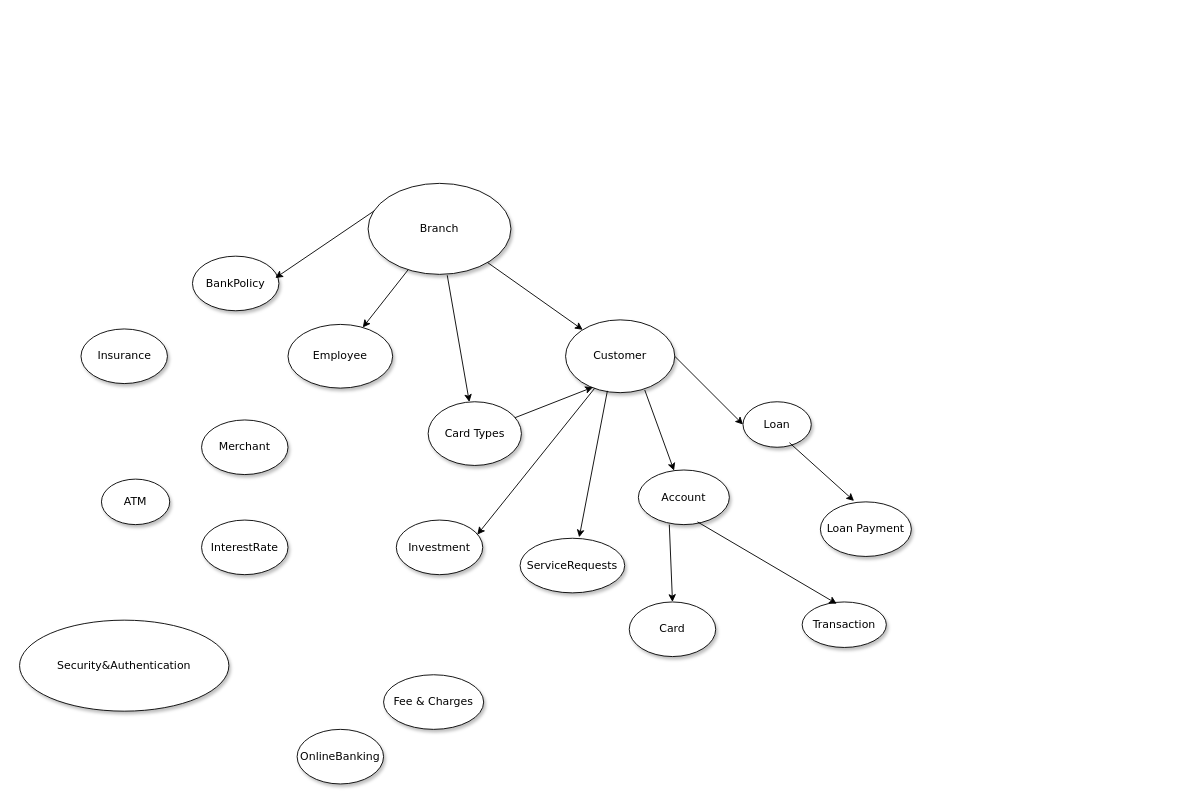
Earlier version of the draw.io diagram ConceptualERD.drawio (Battl3Junk1e/Bank-Database-Case). Source tidied: cells renumbered, new cells numbered last; positions are measured from the earlier drawing's top-left corner, leaving out a move shared by most shapes. Both pictures are drawn from the tidied source at 91%, with x=0, y=0 at pixel (19, 183).
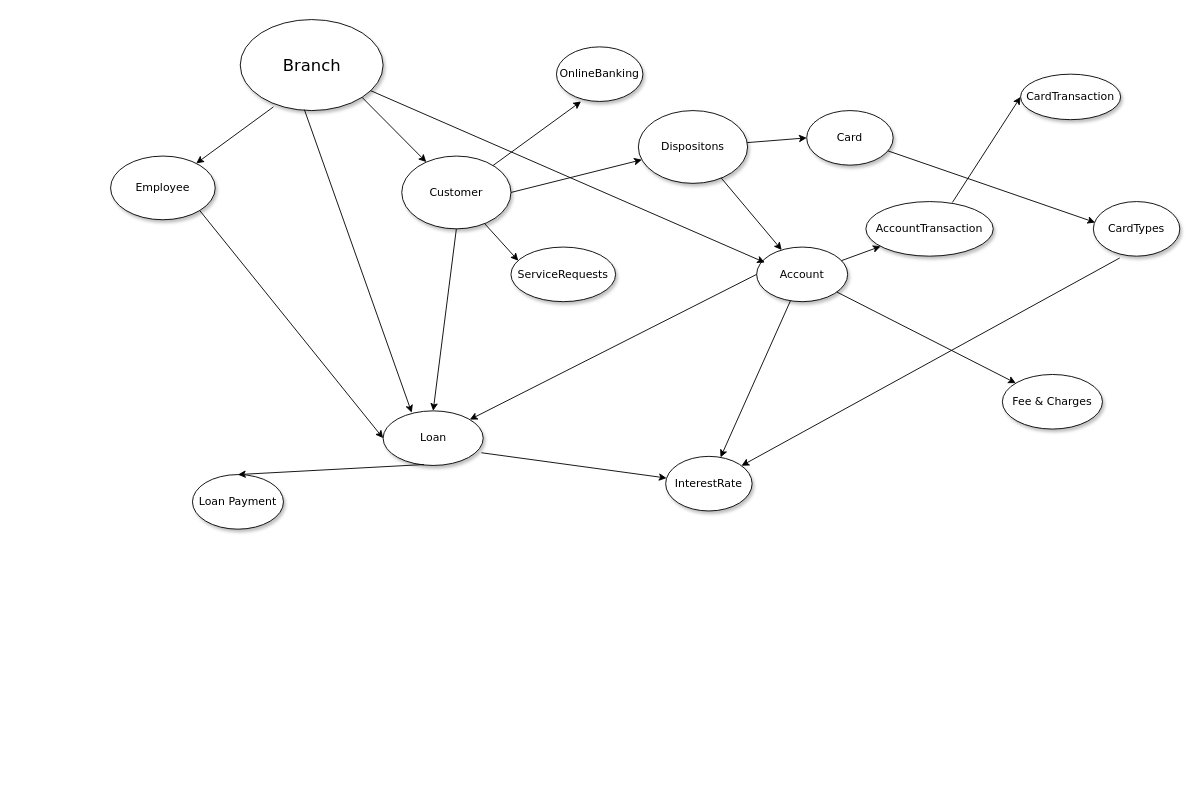
Above is the later version.

Change to the diagram source:
```diff
@@
     <mxCell id="2" value="Customer" style="ellipse;whiteSpace=wrap;html=1;rounded=0;shadow=1;comic=0;labelBackgroundColor=none;strokeWidth=1;fontFamily=Verdana;fontSize=12;align=center;" parent="1" vertex="1">
-      <mxGeometry x="600" y="150" width="120" height="80" as="geometry" />
+      <mxGeometry x="420" y="-30" width="120" height="80" as="geometry" />
     </mxCell>
-    <mxCell id="3" value="&lt;span&gt;Transaction&lt;/span&gt;" style="ellipse;whiteSpace=wrap;html=1;rounded=0;shadow=1;comic=0;labelBackgroundColor=none;strokeWidth=1;fontFamily=Verdana;fontSize=12;align=center;" parent="1" vertex="1">
-      <mxGeometry x="860" y="460" width="92.5" height="50" as="geometry" />
+    <mxCell id="3" value="&lt;span&gt;AccountTransaction&lt;/span&gt;" style="ellipse;whiteSpace=wrap;html=1;rounded=0;shadow=1;comic=0;labelBackgroundColor=none;strokeWidth=1;fontFamily=Verdana;fontSize=12;align=center;" parent="1" vertex="1">
+      <mxGeometry x="930" y="20" width="140" height="60" as="geometry" />
     </mxCell>
     <mxCell id="4" value="Loan" style="ellipse;whiteSpace=wrap;html=1;rounded=0;shadow=1;comic=0;labelBackgroundColor=none;strokeWidth=1;fontFamily=Verdana;fontSize=12;align=center;" parent="1" vertex="1">
-      <mxGeometry x="795" y="240" width="75" height="50" as="geometry" />
+      <mxGeometry x="399.5" y="250" width="110" height="60" as="geometry" />
     </mxCell>
     <mxCell id="5" value="Loan Payment" style="ellipse;whiteSpace=wrap;html=1;rounded=0;shadow=1;comic=0;labelBackgroundColor=none;strokeWidth=1;fontFamily=Verdana;fontSize=12;align=center;" parent="1" vertex="1">
-      <mxGeometry x="880" y="350" width="100" height="60" as="geometry" />
+      <mxGeometry x="190" y="320" width="100" height="60" as="geometry" />
     </mxCell>
-    <mxCell id="6" value="ATM" style="ellipse;whiteSpace=wrap;html=1;rounded=0;shadow=1;comic=0;labelBackgroundColor=none;strokeWidth=1;fontFamily=Verdana;fontSize=12;align=center;" parent="1" vertex="1">
-      <mxGeometry x="90" y="325" width="75" height="50" as="geometry" />
-    </mxCell>
     <mxCell id="7" value="Employee" style="ellipse;whiteSpace=wrap;html=1;rounded=0;shadow=1;comic=0;labelBackgroundColor=none;strokeWidth=1;fontFamily=Verdana;fontSize=12;align=center;" parent="1" vertex="1">
-      <mxGeometry x="295" y="155" width="115" height="70" as="geometry" />
+      <mxGeometry x="100" y="-30" width="115" height="70" as="geometry" />
     </mxCell>
-    <mxCell id="8" value="Branch" style="ellipse;whiteSpace=wrap;html=1;rounded=0;shadow=1;comic=0;labelBackgroundColor=none;strokeWidth=1;fontFamily=Verdana;fontSize=12;align=center;" parent="1" vertex="1">
-      <mxGeometry x="383" width="157" height="100" as="geometry" />
+    <mxCell id="8" value="&lt;font style=&quot;font-size: 18px;&quot;&gt;Branch&lt;/font&gt;" style="ellipse;whiteSpace=wrap;html=1;rounded=0;shadow=1;comic=0;labelBackgroundColor=none;strokeWidth=1;fontFamily=Verdana;fontSize=12;align=center;" parent="1" vertex="1">
+      <mxGeometry x="242.5" y="-180" width="157" height="100" as="geometry" />
     </mxCell>
-    <mxCell id="9" value="Card Types" style="ellipse;whiteSpace=wrap;html=1;rounded=0;shadow=1;comic=0;labelBackgroundColor=none;strokeWidth=1;fontFamily=Verdana;fontSize=12;align=center;" parent="1" vertex="1">
-      <mxGeometry x="449" y="240" width="102.5" height="70" as="geometry" />
-    </mxCell>
     <mxCell id="10" value="Account" style="ellipse;whiteSpace=wrap;html=1;rounded=0;shadow=1;comic=0;labelBackgroundColor=none;strokeWidth=1;fontFamily=Verdana;fontSize=12;align=center;" parent="1" vertex="1">
-      <mxGeometry x="680" y="315" width="100" height="60" as="geometry" />
+      <mxGeometry x="810" y="70" width="100" height="60" as="geometry" />
     </mxCell>
     <mxCell id="11" value="ServiceRequests" style="ellipse;whiteSpace=wrap;html=1;rounded=0;shadow=1;comic=0;labelBackgroundColor=none;strokeWidth=1;fontFamily=Verdana;fontSize=12;align=center;" parent="1" vertex="1">
-      <mxGeometry x="550" y="390" width="115" height="60" as="geometry" />
+      <mxGeometry x="540" y="70" width="115" height="60" as="geometry" />
     </mxCell>
     <mxCell id="12" value="OnlineBanking" style="ellipse;whiteSpace=wrap;html=1;rounded=0;shadow=1;comic=0;labelBackgroundColor=none;strokeWidth=1;fontFamily=Verdana;fontSize=12;align=center;" parent="1" vertex="1">
-      <mxGeometry x="305" y="600" width="95" height="60" as="geometry" />
+      <mxGeometry x="590" y="-150" width="95" height="60" as="geometry" />
     </mxCell>
     <mxCell id="13" value="Card" style="ellipse;whiteSpace=wrap;html=1;rounded=0;shadow=1;comic=0;labelBackgroundColor=none;strokeWidth=1;fontFamily=Verdana;fontSize=12;align=center;" parent="1" vertex="1">
-      <mxGeometry x="670" y="460" width="95" height="60" as="geometry" />
+      <mxGeometry x="865" y="-80" width="95" height="60" as="geometry" />
     </mxCell>
     <mxCell id="14" value="InterestRate" style="ellipse;whiteSpace=wrap;html=1;rounded=0;shadow=1;comic=0;labelBackgroundColor=none;strokeWidth=1;fontFamily=Verdana;fontSize=12;align=center;" parent="1" vertex="1">
-      <mxGeometry x="200" y="370" width="95" height="60" as="geometry" />
+      <mxGeometry x="710" y="300" width="95" height="60" as="geometry" />
     </mxCell>
-    <mxCell id="15" value="BankPolicy" style="ellipse;whiteSpace=wrap;html=1;rounded=0;shadow=1;comic=0;labelBackgroundColor=none;strokeWidth=1;fontFamily=Verdana;fontSize=12;align=center;" parent="1" vertex="1">
-      <mxGeometry x="190" y="80" width="95" height="60" as="geometry" />
-    </mxCell>
-    <mxCell id="16" value="Security&amp;amp;Authentication" style="ellipse;whiteSpace=wrap;html=1;rounded=0;shadow=1;comic=0;labelBackgroundColor=none;strokeWidth=1;fontFamily=Verdana;fontSize=12;align=center;" parent="1" vertex="1">
-      <mxGeometry y="480" width="230" height="100" as="geometry" />
-    </mxCell>
-    <mxCell id="17" value="Insurance" style="ellipse;whiteSpace=wrap;html=1;rounded=0;shadow=1;comic=0;labelBackgroundColor=none;strokeWidth=1;fontFamily=Verdana;fontSize=12;align=center;" parent="1" vertex="1">
-      <mxGeometry x="67.5" y="160" width="95" height="60" as="geometry" />
-    </mxCell>
-    <mxCell id="18" value="Investment" style="ellipse;whiteSpace=wrap;html=1;rounded=0;shadow=1;comic=0;labelBackgroundColor=none;strokeWidth=1;fontFamily=Verdana;fontSize=12;align=center;" parent="1" vertex="1">
-      <mxGeometry x="414" y="370" width="95" height="60" as="geometry" />
-    </mxCell>
-    <mxCell id="19" value="Merchant" style="ellipse;whiteSpace=wrap;html=1;rounded=0;shadow=1;comic=0;labelBackgroundColor=none;strokeWidth=1;fontFamily=Verdana;fontSize=12;align=center;" parent="1" vertex="1">
-      <mxGeometry x="200" y="260" width="95" height="60" as="geometry" />
-    </mxCell>
     <mxCell id="20" value="Fee &amp;amp; Charges" style="ellipse;whiteSpace=wrap;html=1;rounded=0;shadow=1;comic=0;labelBackgroundColor=none;strokeWidth=1;fontFamily=Verdana;fontSize=12;align=center;" parent="1" vertex="1">
-      <mxGeometry x="400" y="540" width="110" height="60" as="geometry" />
+      <mxGeometry x="1080" y="210" width="110" height="60" as="geometry" />
     </mxCell>
+    <mxCell id="33" value="Dispositons" style="ellipse;whiteSpace=wrap;html=1;rounded=0;shadow=1;comic=0;labelBackgroundColor=none;strokeWidth=1;fontFamily=Verdana;fontSize=12;align=center;" parent="1" vertex="1">
+      <mxGeometry x="680" y="-80" width="120" height="80" as="geometry" />
+    </mxCell>
+    <mxCell id="34" style="endArrow=classic;html=1;rounded=0;entryX=0.284;entryY=1;entryDx=0;entryDy=0;entryPerimeter=0;" parent="1" edge="1" source="2" target="12">
+      <mxGeometry relative="1" as="geometry" />
+    </mxCell>
+    <mxCell id="29" style="endArrow=classic;html=1;rounded=0;entryX=0.07;entryY=0.25;entryDx=0;entryDy=0;entryPerimeter=0;" parent="1" edge="1" source="2" target="11">
+      <mxGeometry relative="1" as="geometry" />
+    </mxCell>
+    <mxCell id="27" style="endArrow=classic;html=1;rounded=0;exitX=0.5;exitY=1;exitDx=0;exitDy=0;entryX=0.5;entryY=0;entryDx=0;entryDy=0;" parent="1" edge="1" source="2" target="4">
+      <mxGeometry relative="1" as="geometry" />
+    </mxCell>
+    <mxCell id="35" style="endArrow=classic;html=1;rounded=0;exitX=1;exitY=0.5;exitDx=0;exitDy=0;" parent="1" edge="1" source="2" target="33">
+      <mxGeometry relative="1" as="geometry" />
+    </mxCell>
-    <mxCell id="21" style="endArrow=classic;html=1;rounded=0;" parent="1" edge="1" source="8" target="2">
+    <mxCell id="21" style="endArrow=classic;html=1;rounded=0;exitX=1;exitY=1;exitDx=0;exitDy=0;" parent="1" edge="1" source="8" target="2">
       <mxGeometry relative="1" as="geometry" />
     </mxCell>
-    <mxCell id="22" style="endArrow=classic;html=1;rounded=0;exitX=0.28;exitY=0.95;exitDx=0;exitDy=0;exitPerimeter=0;" parent="1" edge="1" source="8" target="7">
+    <mxCell id="22" style="endArrow=classic;html=1;rounded=0;exitX=0.232;exitY=0.96;exitDx=0;exitDy=0;exitPerimeter=0;" parent="1" edge="1" source="8" target="7">
       <mxGeometry relative="1" as="geometry" />
     </mxCell>
-    <mxCell id="23" style="endArrow=classic;html=1;rounded=0;exitX=0.554;exitY=1.01;exitDx=0;exitDy=0;exitPerimeter=0;" parent="1" edge="1" source="8" target="9">
-      <mxGeometry relative="1" as="geometry" />
-    </mxCell>
-    <mxCell id="24" style="endArrow=classic;html=1;rounded=0;entryX=0.25;entryY=0.925;entryDx=0;entryDy=0;entryPerimeter=0;" parent="1" edge="1" source="9" target="2">
-      <mxGeometry relative="1" as="geometry" />
-    </mxCell>
-    <mxCell id="25" style="endArrow=classic;html=1;rounded=0;exitX=0.725;exitY=0.963;exitDx=0;exitDy=0;exitPerimeter=0;" parent="1" edge="1" source="2" target="10">
-      <mxGeometry relative="1" as="geometry" />
-    </mxCell>
+    <mxCell id="36" style="endArrow=classic;html=1;rounded=0;exitX=1;exitY=1;exitDx=0;exitDy=0;entryX=0;entryY=0.5;entryDx=0;entryDy=0;" parent="1" edge="1" source="7" target="4">
+      <mxGeometry relative="1" as="geometry" />
+    </mxCell>
+    <mxCell id="37" style="endArrow=classic;html=1;rounded=0;exitX=0.982;exitY=0.767;exitDx=0;exitDy=0;exitPerimeter=0;" parent="1" edge="1" source="4" target="14">
+      <mxGeometry relative="1" as="geometry" />
+    </mxCell>
+    <mxCell id="28" style="endArrow=classic;html=1;rounded=0;exitX=0.409;exitY=0.983;exitDx=0;exitDy=0;exitPerimeter=0;entryX=0.5;entryY=0;entryDx=0;entryDy=0;" parent="1" edge="1" source="4" target="5">
+      <mxGeometry relative="1" as="geometry" />
+    </mxCell>
+    <mxCell id="38" style="endArrow=classic;html=1;rounded=0;entryX=0;entryY=0.5;entryDx=0;entryDy=0;" parent="1" edge="1" source="33" target="13">
+      <mxGeometry relative="1" as="geometry" />
+    </mxCell>
+    <mxCell id="39" style="endArrow=classic;html=1;rounded=0;exitX=0.758;exitY=0.925;exitDx=0;exitDy=0;exitPerimeter=0;" parent="1" edge="1" source="33" target="10">
+      <mxGeometry relative="1" as="geometry" />
+    </mxCell>
-    <mxCell id="26" style="endArrow=classic;html=1;rounded=0;exitX=0.65;exitY=0.95;exitDx=0;exitDy=0;exitPerimeter=0;entryX=0.411;entryY=0.04;entryDx=0;entryDy=0;entryPerimeter=0;" parent="1" edge="1" source="10" target="3">
+    <mxCell id="26" style="endArrow=classic;html=1;rounded=0;" parent="1" edge="1" source="10" target="3">
       <mxGeometry relative="1" as="geometry" />
     </mxCell>
-    <mxCell id="27" style="endArrow=classic;html=1;rounded=0;exitX=1;exitY=0.5;exitDx=0;exitDy=0;entryX=0;entryY=0.5;entryDx=0;entryDy=0;" parent="1" edge="1" source="2" target="4">
-      <mxGeometry relative="1" as="geometry" />
-    </mxCell>
-    <mxCell id="28" style="endArrow=classic;html=1;rounded=0;exitX=0.68;exitY=0.9;exitDx=0;exitDy=0;exitPerimeter=0;entryX=0.37;entryY=-0.017;entryDx=0;entryDy=0;entryPerimeter=0;" parent="1" edge="1" source="4" target="5">
-      <mxGeometry relative="1" as="geometry" />
-    </mxCell>
-    <mxCell id="29" style="endArrow=classic;html=1;rounded=0;exitX=0.383;exitY=0.975;exitDx=0;exitDy=0;exitPerimeter=0;entryX=0.565;entryY=-0.017;entryDx=0;entryDy=0;entryPerimeter=0;" parent="1" edge="1" source="2" target="11">
-      <mxGeometry relative="1" as="geometry" />
-    </mxCell>
-    <mxCell id="30" style="endArrow=classic;html=1;rounded=0;exitX=0.045;exitY=0.3;exitDx=0;exitDy=0;exitPerimeter=0;entryX=0.958;entryY=0.4;entryDx=0;entryDy=0;entryPerimeter=0;" parent="1" edge="1" source="8" target="15">
-      <mxGeometry relative="1" as="geometry" />
-    </mxCell>
-    <mxCell id="31" style="endArrow=classic;html=1;rounded=0;entryX=0.937;entryY=0.267;entryDx=0;entryDy=0;entryPerimeter=0;" parent="1" edge="1" source="2" target="18">
-      <mxGeometry relative="1" as="geometry" />
-    </mxCell>
-    <mxCell id="32" style="endArrow=classic;html=1;rounded=0;entryX=0.5;entryY=0;entryDx=0;entryDy=0;exitX=0.34;exitY=1;exitDx=0;exitDy=0;exitPerimeter=0;" parent="1" edge="1" source="10" target="13">
-      <mxGeometry relative="1" as="geometry" />
-    </mxCell>
+    <mxCell id="40" style="endArrow=classic;html=1;rounded=0;" parent="1" edge="1" source="10" target="14">
+      <mxGeometry relative="1" as="geometry" />
+    </mxCell>
+    <mxCell id="41" style="endArrow=classic;html=1;rounded=0;entryX=0;entryY=0.5;entryDx=0;entryDy=0;exitX=0.679;exitY=0.017;exitDx=0;exitDy=0;exitPerimeter=0;" parent="1" edge="1" source="3" target="43">
+      <mxGeometry relative="1" as="geometry" />
+    </mxCell>
+    <mxCell id="42" style="endArrow=classic;html=1;rounded=0;" parent="1" edge="1" source="10" target="20">
+      <mxGeometry relative="1" as="geometry" />
+    </mxCell>
+    <mxCell id="43" value="&lt;span&gt;CardTransaction&lt;/span&gt;" style="ellipse;whiteSpace=wrap;html=1;rounded=0;shadow=1;comic=0;labelBackgroundColor=none;strokeWidth=1;fontFamily=Verdana;fontSize=12;align=center;" parent="1" vertex="1">
+      <mxGeometry x="1100" y="-120" width="110" height="50" as="geometry" />
+    </mxCell>
+    <mxCell id="44" value="CardTypes" style="ellipse;whiteSpace=wrap;html=1;rounded=0;shadow=1;comic=0;labelBackgroundColor=none;strokeWidth=1;fontFamily=Verdana;fontSize=12;align=center;" parent="1" vertex="1">
+      <mxGeometry x="1180" y="20" width="95" height="60" as="geometry" />
+    </mxCell>
+    <mxCell id="45" style="endArrow=classic;html=1;rounded=0;entryX=0.021;entryY=0.383;entryDx=0;entryDy=0;entryPerimeter=0;" parent="1" edge="1" source="13" target="44">
+      <mxGeometry relative="1" as="geometry" />
+    </mxCell>
+    <mxCell id="46" style="endArrow=classic;html=1;rounded=0;exitX=0.305;exitY=1.033;exitDx=0;exitDy=0;exitPerimeter=0;" parent="1" edge="1" source="44" target="14">
+      <mxGeometry relative="1" as="geometry" />
+    </mxCell>
+    <mxCell id="47" style="endArrow=classic;html=1;rounded=0;exitX=0;exitY=0.5;exitDx=0;exitDy=0;" parent="1" edge="1" source="10" target="4">
+      <mxGeometry relative="1" as="geometry" />
+    </mxCell>
+    <mxCell id="48" style="endArrow=classic;html=1;rounded=0;exitX=0.449;exitY=0.99;exitDx=0;exitDy=0;exitPerimeter=0;entryX=0.286;entryY=0.033;entryDx=0;entryDy=0;entryPerimeter=0;" parent="1" edge="1" source="8" target="4">
+      <mxGeometry relative="1" as="geometry" />
+    </mxCell>
+    <mxCell id="49" style="endArrow=classic;html=1;rounded=0;entryX=0.09;entryY=0.283;entryDx=0;entryDy=0;entryPerimeter=0;" parent="1" edge="1" source="8" target="10">
+      <mxGeometry relative="1" as="geometry" />
+    </mxCell>
```
